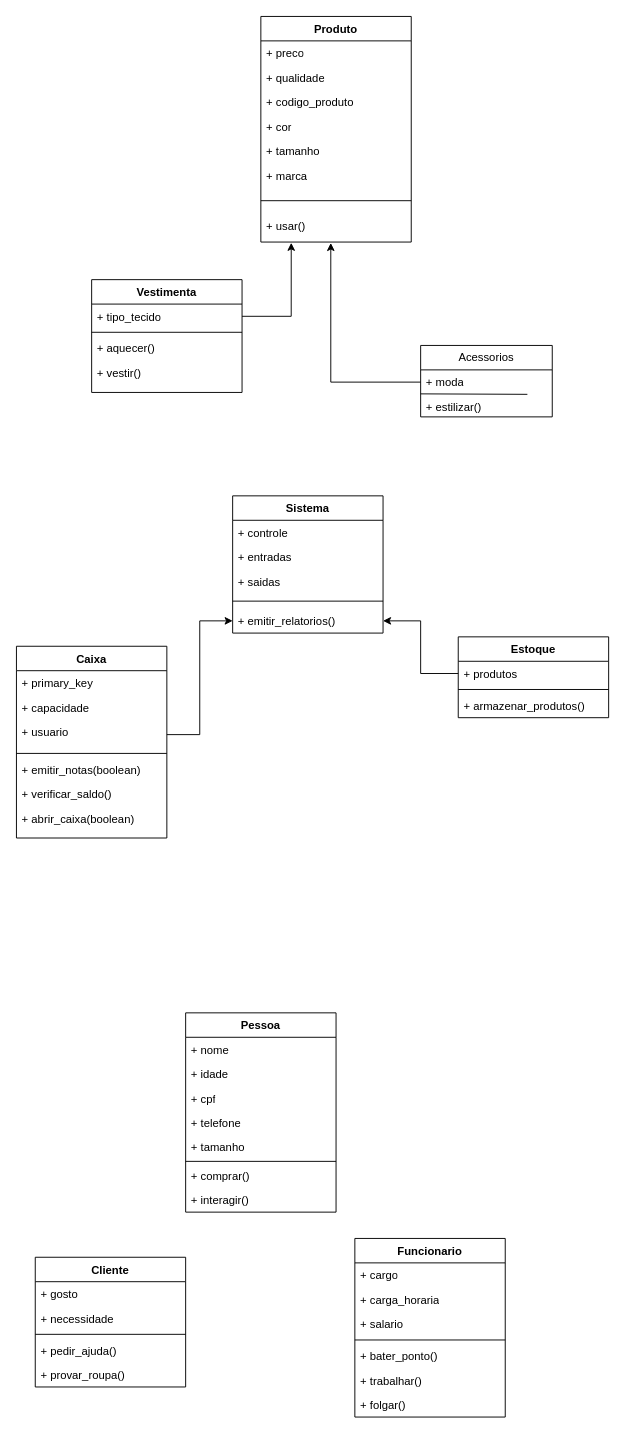
Earlier version of the draw.io diagram diagramaTrabalho.drawio (EvandroPDev/Aprender-crescer). Source tidied: cells renumbered, new cells numbered last; positions are measured from the earlier drawing's top-left corner, leaving out a move shared by most shapes. Both pictures are drawn from the tidied source at 94%, with x=0, y=0 at pixel (16, 16).
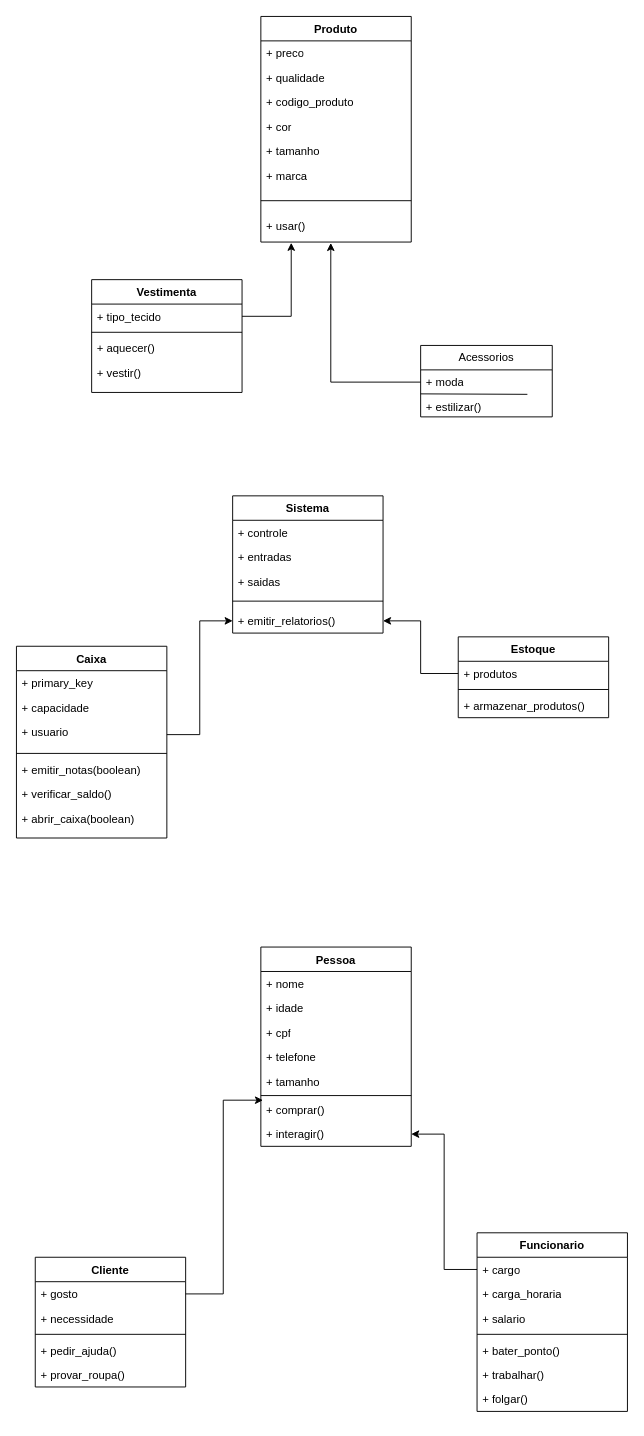
Above is the later version.

The change refers to these unchanged cells:
```xml
<mxCell id="47" value="+ tamanho" style="text;strokeColor=none;fillColor=none;align=left;verticalAlign=top;spacingLeft=4;spacingRight=4;overflow=hidden;points=[[0,0.5],[1,0.5]];portConstraint=eastwest;whiteSpace=wrap;html=1;" parent="42" vertex="1">
  <mxGeometry y="130" width="160" height="26" as="geometry" />
</mxCell>
<mxCell id="50" value="+ interagir()" style="text;strokeColor=none;fillColor=none;align=left;verticalAlign=top;spacingLeft=4;spacingRight=4;overflow=hidden;points=[[0,0.5],[1,0.5]];portConstraint=eastwest;whiteSpace=wrap;html=1;" parent="42" vertex="1">
  <mxGeometry y="186" width="160" height="26" as="geometry" />
</mxCell>
<mxCell id="52" value="+ gosto" style="text;strokeColor=none;fillColor=none;align=left;verticalAlign=top;spacingLeft=4;spacingRight=4;overflow=hidden;points=[[0,0.5],[1,0.5]];portConstraint=eastwest;whiteSpace=wrap;html=1;" parent="51" vertex="1">
  <mxGeometry y="26" width="160" height="26" as="geometry" />
</mxCell>
<mxCell id="58" value="+ cargo" style="text;strokeColor=none;fillColor=none;align=left;verticalAlign=top;spacingLeft=4;spacingRight=4;overflow=hidden;points=[[0,0.5],[1,0.5]];portConstraint=eastwest;whiteSpace=wrap;html=1;" parent="57" vertex="1">
  <mxGeometry y="26" width="160" height="26" as="geometry" />
</mxCell>
```

What changed in the source:
```diff
@@
     <mxCell id="42" value="Pessoa" style="swimlane;fontStyle=1;align=center;verticalAlign=top;horizontal=1;startSize=26;whiteSpace=wrap;html=1;" parent="1" vertex="1">
-      <mxGeometry x="180" y="1060" width="160" height="212" as="geometry" />
+      <mxGeometry x="260" y="990" width="160" height="212" as="geometry" />
     </mxCell>
@@
     <mxCell id="57" value="Funcionario" style="swimlane;fontStyle=1;align=center;verticalAlign=top;horizontal=1;startSize=26;whiteSpace=wrap;html=1;" parent="1" vertex="1">
-      <mxGeometry x="360" y="1300" width="160" height="190" as="geometry" />
+      <mxGeometry x="490" y="1294" width="160" height="190" as="geometry" />
     </mxCell>
@@
+    <mxCell id="65" style="edgeStyle=orthogonalEdgeStyle;rounded=0;jettySize=auto;html=1;exitX=1;exitY=0.5;exitDx=0;exitDy=0;entryX=0.014;entryY=1.266;entryDx=0;entryDy=0;entryPerimeter=0;" parent="1" edge="1" source="52" target="47">
+      <mxGeometry relative="1" as="geometry" />
+    </mxCell>
+    <mxCell id="66" style="edgeStyle=orthogonalEdgeStyle;rounded=0;jettySize=auto;html=1;" parent="1" edge="1" source="58" target="50">
+      <mxGeometry relative="1" as="geometry" />
+    </mxCell>
```
